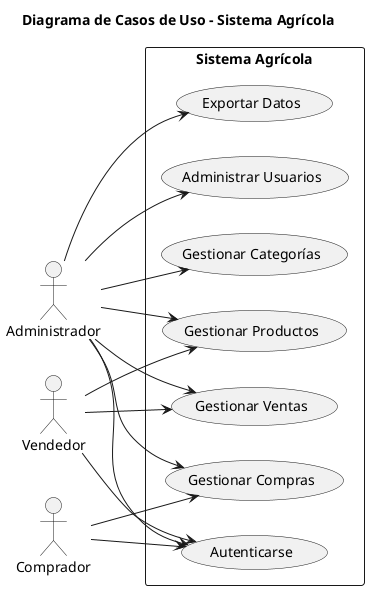
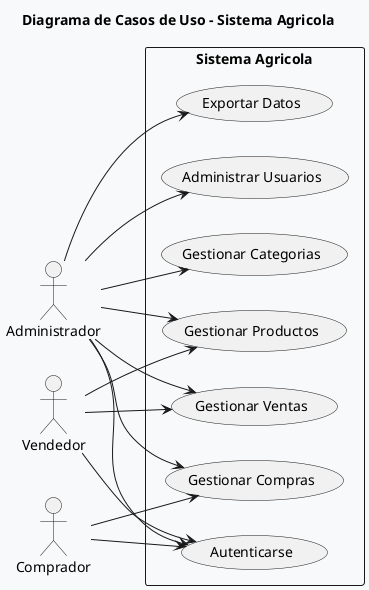
@startuml
- title Diagrama de Casos de Uso - Sistema Agrícola
+ title Diagrama de Casos de Uso - Sistema Agricola
+ skinparam defaultFontSize 14
+ skinparam backgroundColor #F8F9FA

left to right direction

actor "Administrador" as admin
actor "Vendedor" as vendedor
actor "Comprador" as comprador

- rectangle "Sistema Agrícola" {
+ rectangle "Sistema Agricola" {
  usecase "Gestionar Productos" as UC1
-   usecase "Gestionar Categorías" as UC2
+   usecase "Gestionar Categorias" as UC2
  usecase "Gestionar Compras" as UC3
  usecase "Gestionar Ventas" as UC4
  usecase "Exportar Datos" as UC5
  usecase "Administrar Usuarios" as UC6
  usecase "Autenticarse" as UC7
}

admin --> UC1
admin --> UC2
admin --> UC3
admin --> UC4
admin --> UC5
admin --> UC6
admin --> UC7

vendedor --> UC1
vendedor --> UC4
vendedor --> UC7

comprador --> UC3
comprador --> UC7

@enduml
